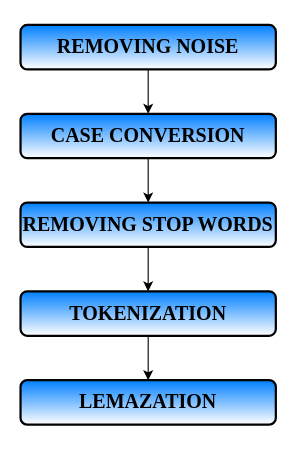
The draw.io diagram Untitled Diagram.drawio in oitik/drawio, before the edit. Source tidied: cells renumbered, new cells numbered last; positions are measured from the earlier drawing's top-left corner, leaving out a move shared by most shapes. Both pictures are drawn from the tidied source at 111%, with x=0, y=0 at pixel (20, 24).
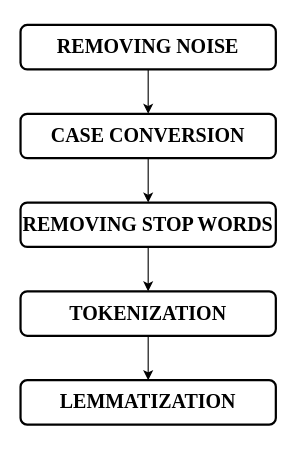
After the change.

Change to the diagram source:
```diff
@@
 <mxGraphModel background="#ffffff">
   <root>
     <mxCell id="0" />
     <mxCell id="1" parent="0" />
     <mxCell id="2" style="edgeStyle=orthogonalEdgeStyle;rounded=1;jettySize=auto;html=1;" parent="1" edge="1" source="3" target="5">
       <mxGeometry relative="1" as="geometry" />
     </mxCell>
-    <mxCell id="3" value="&lt;h2&gt;&lt;font face=&quot;Times New Roman&quot;&gt;&lt;b&gt;REMOVING NOISE&lt;/b&gt;&lt;/font&gt;&lt;/h2&gt;" style="rounded=1;whiteSpace=wrap;html=1;gradientColor=#007FFF;gradientDirection=north;strokeWidth=2;shadow=0;glass=0;" parent="1" vertex="1">
+    <mxCell id="3" value="&lt;h2&gt;&lt;font face=&quot;Times New Roman&quot;&gt;&lt;b&gt;REMOVING NOISE&lt;/b&gt;&lt;/font&gt;&lt;/h2&gt;" style="rounded=1;whiteSpace=wrap;html=1;gradientDirection=north;strokeWidth=2;shadow=0;glass=0;" parent="1" vertex="1">
       <mxGeometry width="230" height="40" as="geometry" />
     </mxCell>
     <mxCell id="4" style="edgeStyle=orthogonalEdgeStyle;rounded=1;jettySize=auto;html=1;" parent="1" edge="1" source="5" target="7">
       <mxGeometry relative="1" as="geometry" />
     </mxCell>
-    <mxCell id="5" value="&lt;h2&gt;&lt;font face=&quot;Times New Roman&quot;&gt;CASE CONVERSION&lt;/font&gt;&lt;/h2&gt;" style="rounded=1;whiteSpace=wrap;html=1;strokeWidth=2;gradientColor=#007FFF;gradientDirection=north;" parent="1" vertex="1">
+    <mxCell id="5" value="&lt;h2&gt;&lt;font face=&quot;Times New Roman&quot;&gt;CASE CONVERSION&lt;/font&gt;&lt;/h2&gt;" style="rounded=1;whiteSpace=wrap;html=1;strokeWidth=2;gradientDirection=north;" parent="1" vertex="1">
       <mxGeometry y="80" width="230" height="40" as="geometry" />
     </mxCell>
     <mxCell id="6" style="edgeStyle=orthogonalEdgeStyle;rounded=1;jettySize=auto;html=1;" parent="1" edge="1" source="7" target="9">
       <mxGeometry relative="1" as="geometry" />
     </mxCell>
-    <mxCell id="7" value="&lt;h2&gt;&lt;font face=&quot;Times New Roman&quot;&gt;REMOVING STOP WORDS&lt;/font&gt;&lt;/h2&gt;" style="rounded=1;whiteSpace=wrap;html=1;strokeWidth=2;gradientColor=#007FFF;gradientDirection=north;" parent="1" vertex="1">
+    <mxCell id="7" value="&lt;h2&gt;&lt;font face=&quot;Times New Roman&quot;&gt;REMOVING STOP WORDS&lt;/font&gt;&lt;/h2&gt;" style="rounded=1;whiteSpace=wrap;html=1;strokeWidth=2;gradientDirection=north;" parent="1" vertex="1">
       <mxGeometry y="160" width="230" height="40" as="geometry" />
     </mxCell>
     <mxCell id="8" style="edgeStyle=orthogonalEdgeStyle;rounded=1;jettySize=auto;html=1;" parent="1" edge="1" source="9" target="10">
       <mxGeometry relative="1" as="geometry" />
     </mxCell>
-    <mxCell id="9" value="&lt;h2&gt;&lt;font face=&quot;Times New Roman&quot;&gt;TOKENIZATION&lt;/font&gt;&lt;/h2&gt;" style="rounded=1;whiteSpace=wrap;html=1;strokeWidth=2;gradientColor=#007FFF;gradientDirection=north;" parent="1" vertex="1">
+    <mxCell id="9" value="&lt;h2&gt;&lt;font face=&quot;Times New Roman&quot;&gt;TOKENIZATION&lt;/font&gt;&lt;/h2&gt;" style="rounded=1;whiteSpace=wrap;html=1;strokeWidth=2;gradientDirection=north;" parent="1" vertex="1">
       <mxGeometry y="240" width="230" height="40" as="geometry" />
     </mxCell>
-    <mxCell id="10" value="&lt;h2&gt;&lt;font face=&quot;Times New Roman&quot;&gt;LEMAZATION&lt;/font&gt;&lt;/h2&gt;" style="rounded=1;whiteSpace=wrap;html=1;strokeWidth=2;gradientColor=#007FFF;gradientDirection=north;" parent="1" vertex="1">
+    <mxCell id="10" value="&lt;h2&gt;&lt;font face=&quot;Times New Roman&quot;&gt;LEMMATIZATION&lt;/font&gt;&lt;/h2&gt;" style="rounded=1;whiteSpace=wrap;html=1;strokeWidth=2;gradientDirection=north;" parent="1" vertex="1">
       <mxGeometry y="320" width="230" height="40" as="geometry" />
     </mxCell>
   </root>
 </mxGraphModel>
```
